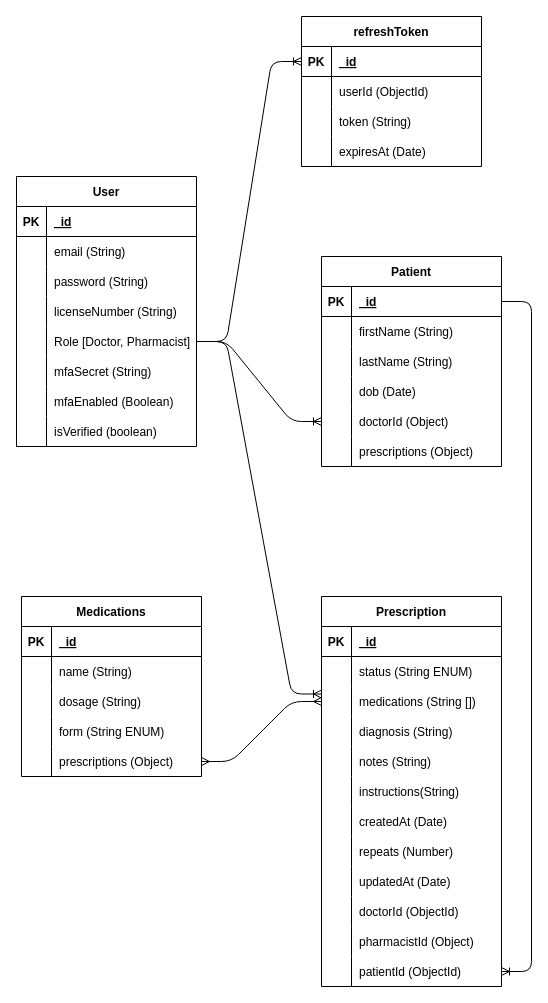
Above: docs/MedicalERD.drawio in Liam-Ronan-dev/Major-Project-Backend (draw.io), before the change. Source tidied: cells renumbered, new cells numbered last; positions are measured from the earlier drawing's top-left corner, leaving out a move shared by most shapes. Both pictures are drawn from the tidied source at 100%, with x=0, y=0 at pixel (16, 16).
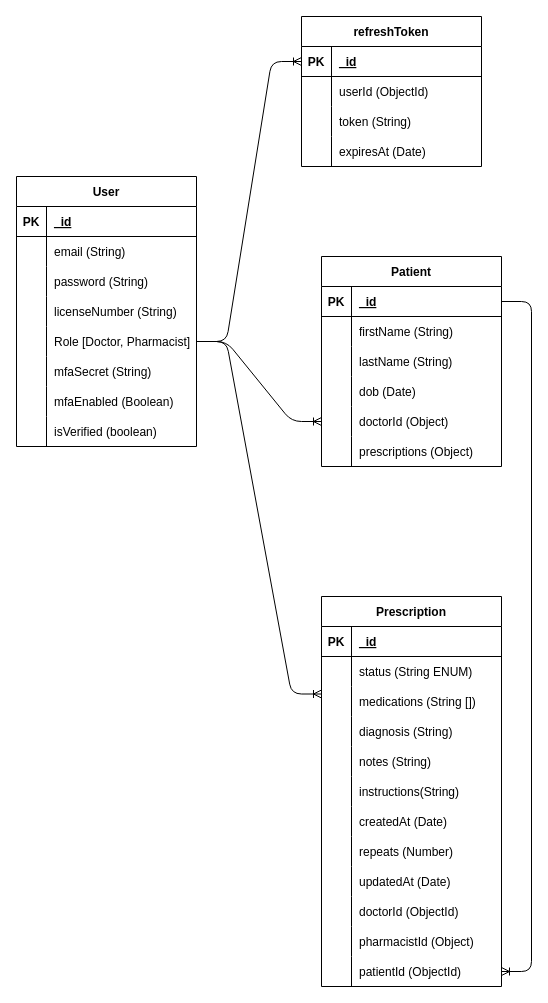
After the change.

Commit message (it also covers changes not shown here):
added CRUD for prescriptions & encrypt and decrypt patients and verifying ownershop of those resources

Unchanged cells that the change refers to:
```xml
<mxCell id="53" style="shape=tableRow;horizontal=0;startSize=0;swimlaneHead=0;swimlaneBody=0;fillColor=none;points=[[0,0.5],[1,0.5]];portConstraint=eastwest;top=0;left=0;right=0;bottom=0;" parent="46" vertex="1">
  <mxGeometry y="90" width="180" height="30" as="geometry" />
</mxCell>
```

Diff of the diagram source:
```diff
@@
-    <mxCell id="84" style="edgeStyle=entityRelationEdgeStyle;fontSize=12;html=1;endArrow=ERmany;startArrow=ERmany;entryX=0;entryY=0.5;entryDx=0;entryDy=0;exitX=1;exitY=0.5;exitDx=0;exitDy=0;" parent="1" edge="1" source="100" target="53">
-      <mxGeometry relative="1" as="geometry" />
-    </mxCell>
@@
-    <mxCell id="87" value="Medications" style="shape=table;startSize=30;childLayout=tableLayout;rowLines=0;fontStyle=1;align=center;" parent="1" vertex="1">
-      <mxGeometry x="5" y="580" width="180" height="180" as="geometry" />
-    </mxCell>
-    <mxCell id="88" style="shape=tableRow;horizontal=0;startSize=0;swimlaneHead=0;swimlaneBody=0;fillColor=none;top=0;left=0;right=0;bottom=1;" parent="87" vertex="1">
-      <mxGeometry y="30" width="180" height="30" as="geometry" />
-    </mxCell>
-    <mxCell id="89" value="PK" style="shape=partialRectangle;fillColor=none;top=0;left=0;bottom=0;right=0;fontStyle=1;overflow=hidden;" parent="88" vertex="1">
-      <mxGeometry width="30" height="30" as="geometry" />
-    </mxCell>
-    <mxCell id="90" value="_id" style="shape=partialRectangle;fillColor=none;top=0;left=0;bottom=0;right=0;align=left;spacingLeft=6;fontStyle=5;overflow=hidden;" parent="88" vertex="1">
-      <mxGeometry x="30" width="150" height="30" as="geometry" />
-    </mxCell>
-    <mxCell id="91" style="shape=tableRow;horizontal=0;startSize=0;swimlaneHead=0;swimlaneBody=0;fillColor=none;top=0;left=0;right=0;bottom=0;" parent="87" vertex="1">
-      <mxGeometry y="60" width="180" height="30" as="geometry" />
-    </mxCell>
-    <mxCell id="92" style="shape=partialRectangle;fillColor=none;top=0;left=0;bottom=0;right=0;overflow=hidden;" parent="91" vertex="1">
-      <mxGeometry width="30" height="30" as="geometry" />
-    </mxCell>
-    <mxCell id="93" value="name (String)" style="shape=partialRectangle;fillColor=none;top=0;left=0;bottom=0;right=0;align=left;spacingLeft=6;overflow=hidden;" parent="91" vertex="1">
-      <mxGeometry x="30" width="150" height="30" as="geometry" />
-    </mxCell>
-    <mxCell id="94" style="shape=tableRow;horizontal=0;startSize=0;swimlaneHead=0;swimlaneBody=0;fillColor=none;top=0;left=0;right=0;bottom=0;" parent="87" vertex="1">
-      <mxGeometry y="90" width="180" height="30" as="geometry" />
-    </mxCell>
-    <mxCell id="95" style="shape=partialRectangle;fillColor=none;top=0;left=0;bottom=0;right=0;overflow=hidden;" parent="94" vertex="1">
-      <mxGeometry width="30" height="30" as="geometry" />
-    </mxCell>
-    <mxCell id="96" value="dosage (String)" style="shape=partialRectangle;fillColor=none;top=0;left=0;bottom=0;right=0;align=left;spacingLeft=6;overflow=hidden;" parent="94" vertex="1">
-      <mxGeometry x="30" width="150" height="30" as="geometry" />
-    </mxCell>
-    <mxCell id="97" style="shape=tableRow;horizontal=0;startSize=0;swimlaneHead=0;swimlaneBody=0;fillColor=none;top=0;left=0;right=0;bottom=0;" parent="87" vertex="1">
-      <mxGeometry y="120" width="180" height="30" as="geometry" />
-    </mxCell>
-    <mxCell id="98" style="shape=partialRectangle;fillColor=none;top=0;left=0;bottom=0;right=0;overflow=hidden;" parent="97" vertex="1">
-      <mxGeometry width="30" height="30" as="geometry" />
-    </mxCell>
-    <mxCell id="99" value="form (String ENUM)" style="shape=partialRectangle;fillColor=none;top=0;left=0;bottom=0;right=0;align=left;spacingLeft=6;overflow=hidden;" parent="97" vertex="1">
-      <mxGeometry x="30" width="150" height="30" as="geometry" />
-    </mxCell>
-    <mxCell id="100" style="shape=tableRow;horizontal=0;startSize=0;swimlaneHead=0;swimlaneBody=0;fillColor=none;points=[[0,0.5],[1,0.5]];portConstraint=eastwest;top=0;left=0;right=0;bottom=0;" parent="87" vertex="1">
-      <mxGeometry y="150" width="180" height="30" as="geometry" />
-    </mxCell>
-    <mxCell id="101" style="shape=partialRectangle;fillColor=none;top=0;left=0;bottom=0;right=0;overflow=hidden;" parent="100" vertex="1">
-      <mxGeometry width="30" height="30" as="geometry" />
-    </mxCell>
-    <mxCell id="102" value="prescriptions (Object)" style="shape=partialRectangle;fillColor=none;top=0;left=0;bottom=0;right=0;align=left;spacingLeft=6;overflow=hidden;" parent="100" vertex="1">
-      <mxGeometry x="30" width="150" height="30" as="geometry" />
-    </mxCell>
```
